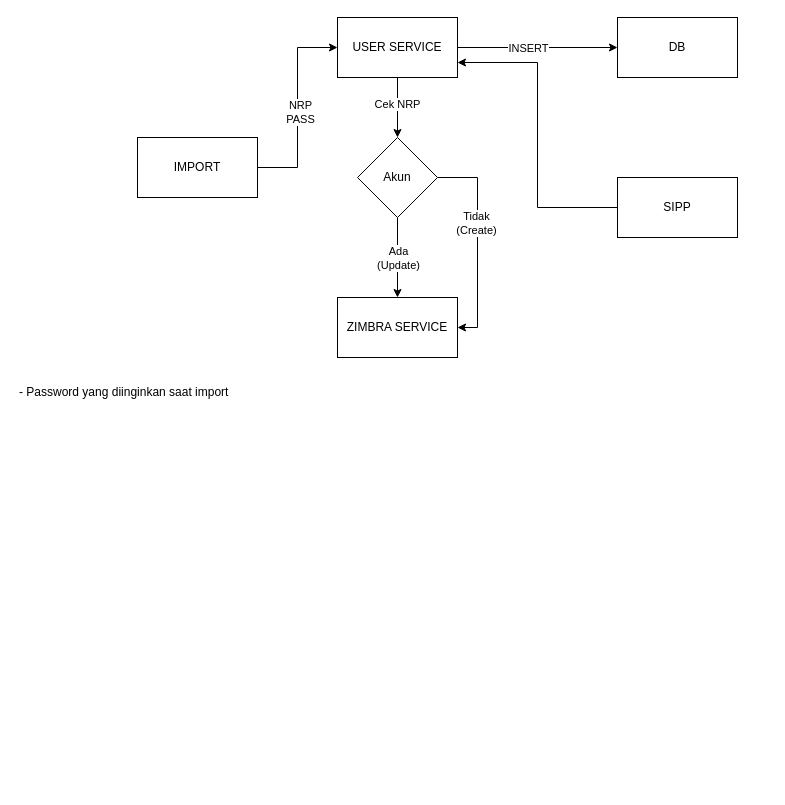
Earlier version of the draw.io diagram page "Page-9" (9 of 9) of admin_polri.drawio (fsdio/draw.io.dev). Source tidied: cells renumbered, new cells numbered last; positions are measured from the earlier drawing's top-left corner, leaving out a move shared by most shapes. Both pictures are drawn from the tidied source at 100%, with x=0, y=0 at pixel (17, 17).
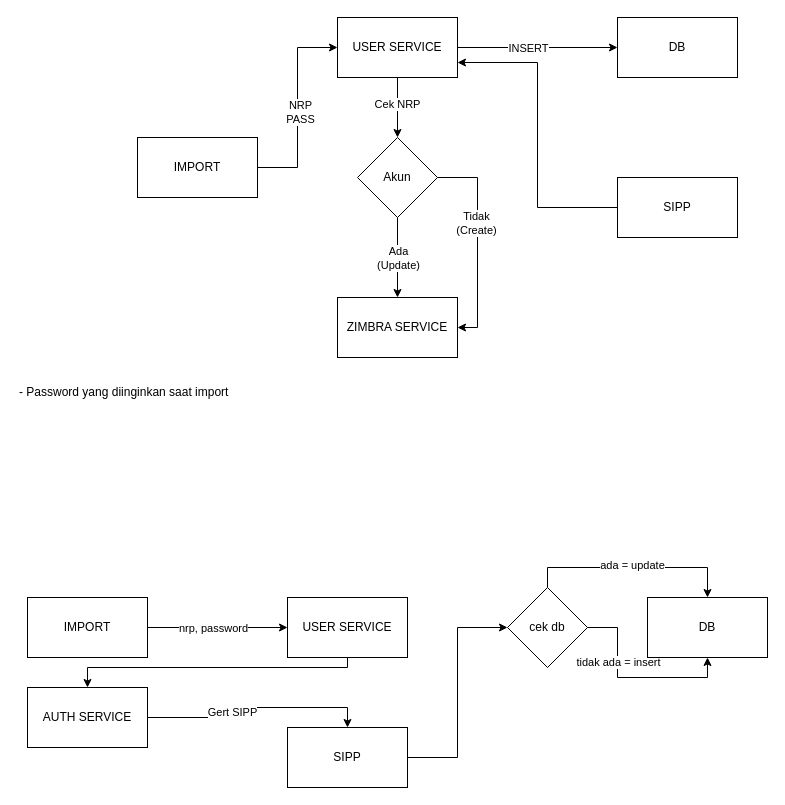
The same diagram, later.

Change to the diagram source:
```diff
@@
+    <mxCell id="20" style="edgeStyle=orthogonalEdgeStyle;rounded=0;jettySize=auto;html=1;exitX=1;exitY=0.5;exitDx=0;exitDy=0;entryX=0;entryY=0.5;entryDx=0;entryDy=0;" parent="1" edge="1" source="22" target="26">
+      <mxGeometry relative="1" as="geometry" />
+    </mxCell>
+    <mxCell id="21" value="nrp, password" style="edgeLabel;html=1;align=center;verticalAlign=middle;" parent="20" vertex="1">
+      <mxGeometry x="-0.07" relative="1" as="geometry" />
+    </mxCell>
+    <mxCell id="22" value="IMPORT" style="rounded=0;whiteSpace=wrap;html=1;" parent="1" vertex="1">
+      <mxGeometry x="10" y="580" width="120" height="60" as="geometry" />
+    </mxCell>
+    <mxCell id="23" style="edgeStyle=orthogonalEdgeStyle;rounded=0;jettySize=auto;html=1;exitX=1;exitY=0.5;exitDx=0;exitDy=0;entryX=0.5;entryY=0;entryDx=0;entryDy=0;" parent="1" edge="1" source="35" target="34">
+      <mxGeometry relative="1" as="geometry" />
+    </mxCell>
+    <mxCell id="24" value="Gert SIPP" style="edgeLabel;html=1;align=center;verticalAlign=middle;" parent="23" vertex="1">
+      <mxGeometry x="-0.18" y="-4" relative="1" as="geometry" />
+    </mxCell>
+    <mxCell id="25" style="edgeStyle=orthogonalEdgeStyle;rounded=0;jettySize=auto;html=1;exitX=0.5;exitY=1;exitDx=0;exitDy=0;entryX=0.5;entryY=0;entryDx=0;entryDy=0;" parent="1" edge="1" source="26" target="35">
+      <mxGeometry relative="1" as="geometry">
+        <Array as="points">
+          <mxPoint x="330" y="650" />
+          <mxPoint x="70" y="650" />
+        </Array>
+      </mxGeometry>
+    </mxCell>
+    <mxCell id="26" value="USER SERVICE" style="rounded=0;whiteSpace=wrap;html=1;" parent="1" vertex="1">
+      <mxGeometry x="270" y="580" width="120" height="60" as="geometry" />
+    </mxCell>
+    <mxCell id="27" style="edgeStyle=orthogonalEdgeStyle;rounded=0;jettySize=auto;html=1;exitX=0.5;exitY=0;exitDx=0;exitDy=0;entryX=0.5;entryY=0;entryDx=0;entryDy=0;" parent="1" edge="1" source="31" target="32">
+      <mxGeometry relative="1" as="geometry" />
+    </mxCell>
+    <mxCell id="28" value="ada = update" style="edgeLabel;html=1;align=center;verticalAlign=middle;" parent="27" vertex="1">
+      <mxGeometry x="-0.01" y="3" relative="1" as="geometry" />
+    </mxCell>
+    <mxCell id="29" style="edgeStyle=orthogonalEdgeStyle;rounded=0;jettySize=auto;html=1;exitX=1;exitY=0.5;exitDx=0;exitDy=0;entryX=0.5;entryY=1;entryDx=0;entryDy=0;" parent="1" edge="1" source="31" target="32">
+      <mxGeometry relative="1" as="geometry" />
+    </mxCell>
+    <mxCell id="30" value="tidak ada = insert" style="edgeLabel;html=1;align=center;verticalAlign=middle;" parent="29" vertex="1">
+      <mxGeometry x="-0.33" relative="1" as="geometry" />
+    </mxCell>
+    <mxCell id="31" value="cek db" style="rhombus;whiteSpace=wrap;html=1;" parent="1" vertex="1">
+      <mxGeometry x="490" y="570" width="80" height="80" as="geometry" />
+    </mxCell>
+    <mxCell id="32" value="DB" style="rounded=0;whiteSpace=wrap;html=1;" parent="1" vertex="1">
+      <mxGeometry x="630" y="580" width="120" height="60" as="geometry" />
+    </mxCell>
+    <mxCell id="33" style="edgeStyle=orthogonalEdgeStyle;rounded=0;jettySize=auto;html=1;exitX=1;exitY=0.5;exitDx=0;exitDy=0;entryX=0;entryY=0.5;entryDx=0;entryDy=0;" parent="1" edge="1" source="34" target="31">
+      <mxGeometry relative="1" as="geometry" />
+    </mxCell>
+    <mxCell id="34" value="SIPP" style="rounded=0;whiteSpace=wrap;html=1;" parent="1" vertex="1">
+      <mxGeometry x="270" y="710" width="120" height="60" as="geometry" />
+    </mxCell>
+    <mxCell id="35" value="AUTH SERVICE" style="rounded=0;whiteSpace=wrap;html=1;" parent="1" vertex="1">
+      <mxGeometry x="10" y="670" width="120" height="60" as="geometry" />
+    </mxCell>
```
